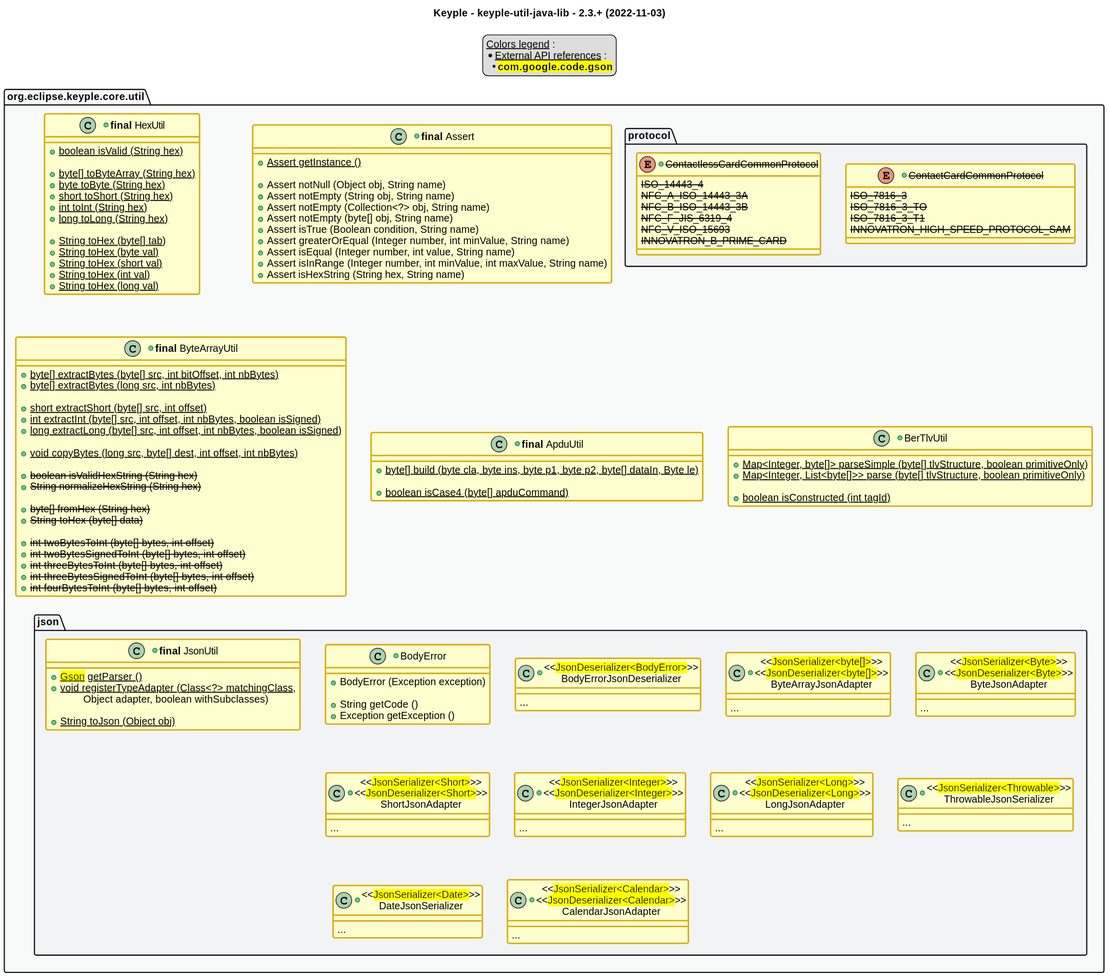
Earlier version of the PlantUML export src/main/uml/api_class_diagram.svg (eclipse-keyple/keyple-util-java-lib).
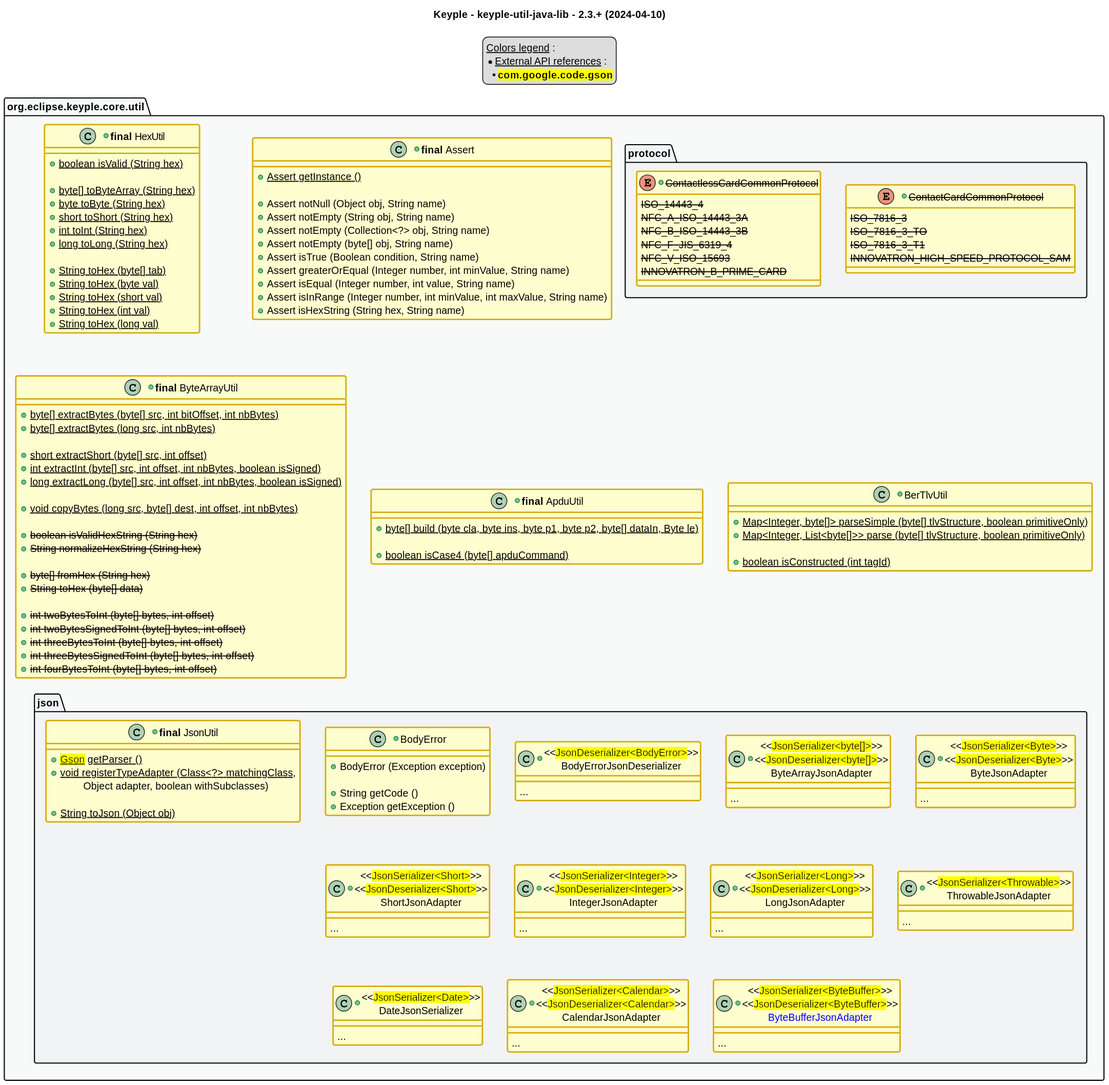
Above is the later version.

Change to the diagram source:
```diff
@@ -1,6 +1,6 @@
 @startuml
 title
-    Keyple - keyple-util-java-lib - 2.3.+ (2022-11-03)
+    Keyple - keyple-util-java-lib - 2.3.+ (2024-04-10)
 end title
 
 
@@ -146,7 +146,7 @@
             __
             ...
         }
-        +class "<<<back:yellow>JsonSerializer<Throwable></back>>>\nThrowableJsonSerializer" as ThrowableJsonSerializer {
+        +class "<<<back:yellow>JsonSerializer<Throwable></back>>>\nThrowableJsonAdapter" as ThrowableJsonAdapter {
             __
             ...
         }
@@ -155,6 +155,10 @@
             ...
         }
         +class "<<<back:yellow>JsonSerializer<Calendar></back>>>\n<<<back:yellow>JsonDeserializer<Calendar></back>>>\nCalendarJsonAdapter" as CalendarJsonAdapter {
+            __
+            ...
+        }
+        +class "<<<back:yellow>JsonSerializer<ByteBuffer></back>>>\n<<<back:yellow>JsonDeserializer<ByteBuffer></back>>>\n<color:blue>ByteBufferJsonAdapter" as ByteBufferJsonAdapter {
             __
             ...
         }
@@ -187,7 +191,6 @@
 
 
 package util #C_GREY1 {}
-package json #C_GREY2 {}
-package protocol #C_GREY2 {}
-
+package util.json #C_GREY2 {}
+package util.protocol #C_GREY2 {}
 @enduml
```
